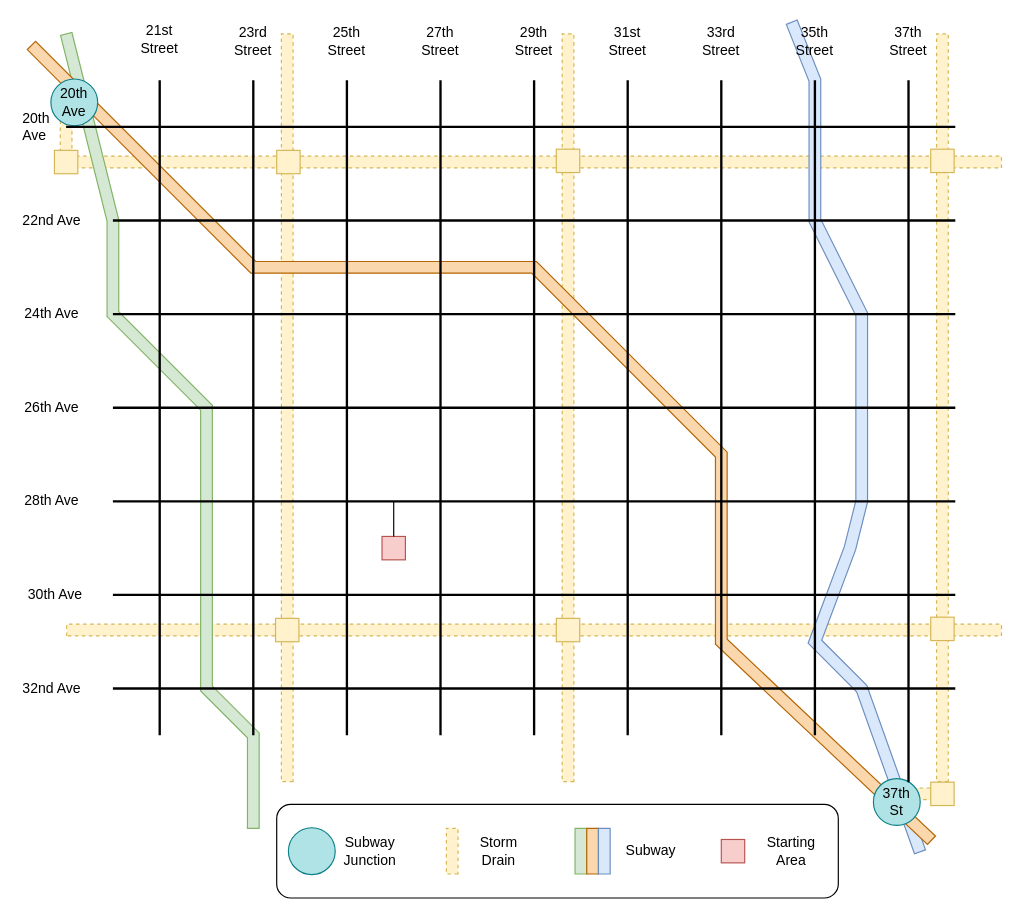
This is Map/vts_map.drawio from JessicaKMcIntosh/VolunteerForSurvival, a draw.io file, before an edit. Source tidied: cells renumbered, new cells numbered last; positions are measured from the earlier drawing's top-left corner, leaving out a move shared by most shapes. Both pictures are drawn from the tidied source at 117%, with x=0, y=0 at pixel (20, 21).
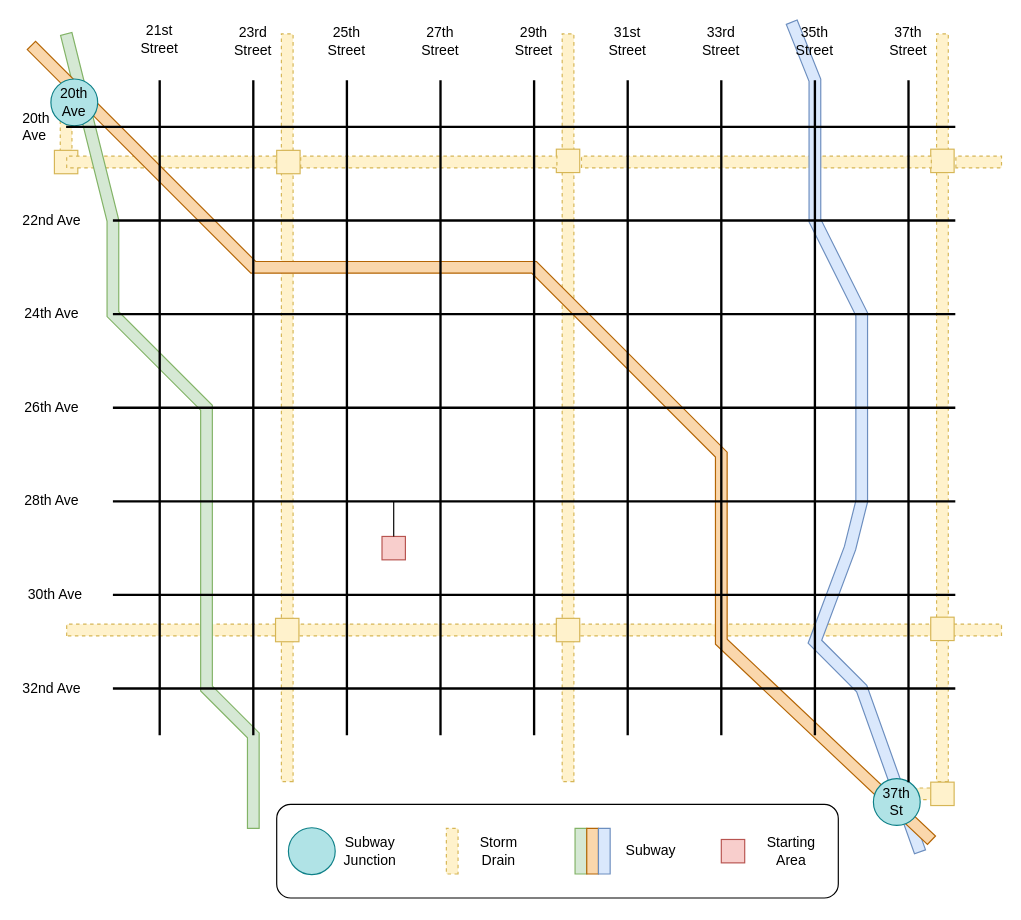
The same page after the edit.

Commit message:
Add a box for every room and room numbers to boxes.

Change to the diagram source:
```diff
@@
     <mxCell id="3" style="shape=flexArrow;endArrow=none;html=1;rounded=0;endFill=0;dashed=1;fillColor=#fff2cc;gradientColor=none;strokeColor=#d6b656;" parent="1" edge="1">
       <mxGeometry relative="1" as="geometry">
-        <mxPoint x="39" y="120" as="sourcePoint" />
+        <mxPoint x="799" y="120" as="sourcePoint" />
         <mxPoint x="839" y="120" as="targetPoint" />
       </mxGeometry>
     </mxCell>
@@
+    <mxCell id="71" style="shape=flexArrow;endArrow=none;html=1;rounded=0;endFill=0;dashed=1;fillColor=#fff2cc;gradientColor=none;strokeColor=#d6b656;" parent="1" edge="1">
+      <mxGeometry relative="1" as="geometry">
+        <mxPoint x="479" y="120" as="sourcePoint" />
+        <mxPoint x="779" y="120" as="targetPoint" />
+      </mxGeometry>
+    </mxCell>
+    <mxCell id="72" style="shape=flexArrow;endArrow=none;html=1;rounded=0;endFill=0;dashed=1;fillColor=#fff2cc;gradientColor=none;strokeColor=#d6b656;" parent="1" edge="1">
+      <mxGeometry relative="1" as="geometry">
+        <mxPoint x="239" y="120" as="sourcePoint" />
+        <mxPoint x="459" y="120" as="targetPoint" />
+      </mxGeometry>
+    </mxCell>
+    <mxCell id="73" style="shape=flexArrow;endArrow=none;html=1;rounded=0;endFill=0;dashed=1;fillColor=#fff2cc;gradientColor=none;strokeColor=#d6b656;" parent="1" edge="1">
+      <mxGeometry relative="1" as="geometry">
+        <mxPoint x="39" y="120" as="sourcePoint" />
+        <mxPoint x="219" y="120" as="targetPoint" />
+      </mxGeometry>
+    </mxCell>
```
